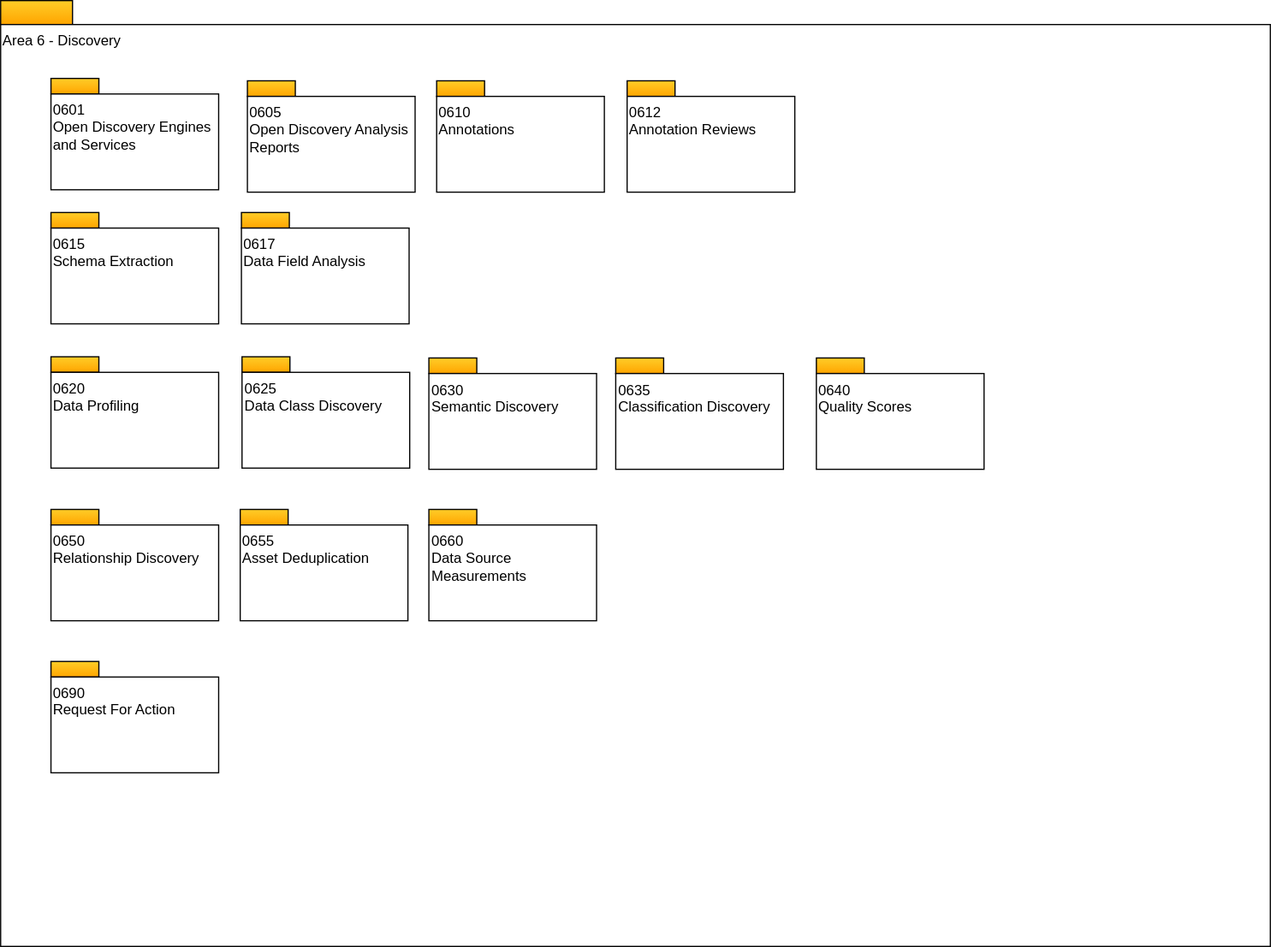
This is site/docs/types/6/area-6-discovery-overview.svg from odpi/egeria-docs, a draw.io export, as it was before one commit. Source tidied: cells renumbered, new cells last; positions are measured from the earlier drawing's top-left corner, leaving out a move shared by most shapes. Source of this version:
```xml
<mxGraphModel>
  <root>
    <mxCell id="0" />
    <mxCell id="1" parent="0" />
    <mxCell id="2" style="rounded=0;whiteSpace=wrap;html=1;align=left;fillColor=#ffcd28;strokeColor=#000000;gradientColor=#ffa500;" parent="1" vertex="1">
      <mxGeometry width="60" height="20" as="geometry" />
    </mxCell>
    <mxCell id="3" value="Area 6 - Discovery" style="rounded=0;whiteSpace=wrap;html=1;align=left;verticalAlign=top;" parent="1" vertex="1">
      <mxGeometry y="20" width="1060" height="770" as="geometry" />
    </mxCell>
    <mxCell id="4" style="rounded=0;whiteSpace=wrap;html=1;align=left;fillColor=#ffcd28;strokeColor=#000000;gradientColor=#ffa500;" parent="1" vertex="1">
      <mxGeometry x="42" y="65" width="40" height="13" as="geometry" />
    </mxCell>
    <mxCell id="5" value="0601&lt;br&gt;Open Discovery Engines and Services" style="rounded=0;whiteSpace=wrap;html=1;align=left;verticalAlign=top;" parent="1" vertex="1">
      <mxGeometry x="42" y="78" width="140" height="80" as="geometry" />
    </mxCell>
    <mxCell id="6" style="rounded=0;whiteSpace=wrap;html=1;align=left;fillColor=#ffcd28;strokeColor=#000000;gradientColor=#ffa500;" parent="1" vertex="1">
      <mxGeometry x="364" y="67" width="40" height="13" as="geometry" />
    </mxCell>
    <mxCell id="7" value="0610&lt;br&gt;Annotations" style="rounded=0;whiteSpace=wrap;html=1;align=left;verticalAlign=top;" parent="1" vertex="1">
      <mxGeometry x="364" y="80" width="140" height="80" as="geometry" />
    </mxCell>
    <mxCell id="8" style="rounded=0;whiteSpace=wrap;html=1;align=left;fillColor=#ffcd28;strokeColor=#000000;gradientColor=#ffa500;" parent="1" vertex="1">
      <mxGeometry x="523" y="67" width="40" height="13" as="geometry" />
    </mxCell>
    <mxCell id="9" value="0612&lt;br&gt;Annotation Reviews" style="rounded=0;whiteSpace=wrap;html=1;align=left;verticalAlign=top;" parent="1" vertex="1">
      <mxGeometry x="523" y="80" width="140" height="80" as="geometry" />
    </mxCell>
    <mxCell id="10" style="rounded=0;whiteSpace=wrap;html=1;align=left;fillColor=#ffcd28;strokeColor=#000000;gradientColor=#ffa500;" parent="1" vertex="1">
      <mxGeometry x="206" y="67" width="40" height="13" as="geometry" />
    </mxCell>
    <mxCell id="11" value="0605&lt;br&gt;Open Discovery Analysis Reports" style="rounded=0;whiteSpace=wrap;html=1;align=left;verticalAlign=top;" parent="1" vertex="1">
      <mxGeometry x="206" y="80" width="140" height="80" as="geometry" />
    </mxCell>
    <mxCell id="12" style="rounded=0;whiteSpace=wrap;html=1;align=left;fillColor=#ffcd28;strokeColor=#000000;gradientColor=#ffa500;" parent="1" vertex="1">
      <mxGeometry x="201" y="177" width="40" height="13" as="geometry" />
    </mxCell>
    <mxCell id="13" value="0617&lt;br&gt;Data Field Analysis" style="rounded=0;whiteSpace=wrap;html=1;align=left;verticalAlign=top;" parent="1" vertex="1">
      <mxGeometry x="201" y="190" width="140" height="80" as="geometry" />
    </mxCell>
    <mxCell id="14" style="rounded=0;whiteSpace=wrap;html=1;align=left;fillColor=#ffcd28;strokeColor=#000000;gradientColor=#ffa500;" parent="1" vertex="1">
      <mxGeometry x="42" y="297.5" width="40" height="13" as="geometry" />
    </mxCell>
    <mxCell id="15" value="0620&lt;br&gt;Data Profiling&lt;br&gt;" style="rounded=0;whiteSpace=wrap;html=1;align=left;verticalAlign=top;" parent="1" vertex="1">
      <mxGeometry x="42" y="310.5" width="140" height="80" as="geometry" />
    </mxCell>
    <mxCell id="16" style="rounded=0;whiteSpace=wrap;html=1;align=left;fillColor=#ffcd28;strokeColor=#000000;gradientColor=#ffa500;" parent="1" vertex="1">
      <mxGeometry x="201.5" y="297.5" width="40" height="13" as="geometry" />
    </mxCell>
    <mxCell id="17" value="0625&lt;br&gt;Data Class Discovery&lt;br&gt;" style="rounded=0;whiteSpace=wrap;html=1;align=left;verticalAlign=top;" parent="1" vertex="1">
      <mxGeometry x="201.5" y="310.5" width="140" height="80" as="geometry" />
    </mxCell>
    <mxCell id="18" style="rounded=0;whiteSpace=wrap;html=1;align=left;fillColor=#ffcd28;strokeColor=#000000;gradientColor=#ffa500;" parent="1" vertex="1">
      <mxGeometry x="357.5" y="298.5" width="40" height="13" as="geometry" />
    </mxCell>
    <mxCell id="19" value="0630&lt;br&gt;Semantic Discovery&lt;br&gt;" style="rounded=0;whiteSpace=wrap;html=1;align=left;verticalAlign=top;" parent="1" vertex="1">
      <mxGeometry x="357.5" y="311.5" width="140" height="80" as="geometry" />
    </mxCell>
    <mxCell id="20" style="rounded=0;whiteSpace=wrap;html=1;align=left;fillColor=#ffcd28;strokeColor=#000000;gradientColor=#ffa500;" parent="1" vertex="1">
      <mxGeometry x="513.5" y="298.5" width="40" height="13" as="geometry" />
    </mxCell>
    <mxCell id="21" value="0635&lt;br&gt;Classification Discovery&lt;br&gt;" style="rounded=0;whiteSpace=wrap;html=1;align=left;verticalAlign=top;" parent="1" vertex="1">
      <mxGeometry x="513.5" y="311.5" width="140" height="80" as="geometry" />
    </mxCell>
    <mxCell id="22" style="rounded=0;whiteSpace=wrap;html=1;align=left;fillColor=#ffcd28;strokeColor=#000000;gradientColor=#ffa500;" parent="1" vertex="1">
      <mxGeometry x="42" y="425" width="40" height="13" as="geometry" />
    </mxCell>
    <mxCell id="23" value="0650&lt;br&gt;Relationship Discovery&lt;br&gt;" style="rounded=0;whiteSpace=wrap;html=1;align=left;verticalAlign=top;" parent="1" vertex="1">
      <mxGeometry x="42" y="438" width="140" height="80" as="geometry" />
    </mxCell>
    <mxCell id="24" style="rounded=0;whiteSpace=wrap;html=1;align=left;fillColor=#ffcd28;strokeColor=#000000;gradientColor=#ffa500;" parent="1" vertex="1">
      <mxGeometry x="357.5" y="425" width="40" height="13" as="geometry" />
    </mxCell>
    <mxCell id="25" value="0660&lt;br&gt;Data Source Measurements&lt;br&gt;" style="rounded=0;whiteSpace=wrap;html=1;align=left;verticalAlign=top;" parent="1" vertex="1">
      <mxGeometry x="357.5" y="438" width="140" height="80" as="geometry" />
    </mxCell>
    <mxCell id="26" style="rounded=0;whiteSpace=wrap;html=1;align=left;fillColor=#ffcd28;strokeColor=#000000;gradientColor=#ffa500;" parent="1" vertex="1">
      <mxGeometry x="42" y="552" width="40" height="13" as="geometry" />
    </mxCell>
    <mxCell id="27" value="0690&lt;br&gt;Request For Action&lt;br&gt;" style="rounded=0;whiteSpace=wrap;html=1;align=left;verticalAlign=top;" parent="1" vertex="1">
      <mxGeometry x="42" y="565" width="140" height="80" as="geometry" />
    </mxCell>
    <mxCell id="28" style="rounded=0;whiteSpace=wrap;html=1;align=left;fillColor=#ffcd28;strokeColor=#000000;gradientColor=#ffa500;" parent="1" vertex="1">
      <mxGeometry x="681" y="298.5" width="40" height="13" as="geometry" />
    </mxCell>
    <mxCell id="29" value="0640&lt;br&gt;Quality Scores&lt;br&gt;" style="rounded=0;whiteSpace=wrap;html=1;align=left;verticalAlign=top;" parent="1" vertex="1">
      <mxGeometry x="681" y="311.5" width="140" height="80" as="geometry" />
    </mxCell>
    <mxCell id="30" style="rounded=0;whiteSpace=wrap;html=1;align=left;fillColor=#ffcd28;strokeColor=#000000;gradientColor=#ffa500;" parent="1" vertex="1">
      <mxGeometry x="42" y="177" width="40" height="13" as="geometry" />
    </mxCell>
    <mxCell id="31" value="0615&lt;br&gt;Schema Extraction" style="rounded=0;whiteSpace=wrap;html=1;align=left;verticalAlign=top;" parent="1" vertex="1">
      <mxGeometry x="42" y="190" width="140" height="80" as="geometry" />
    </mxCell>
    <mxCell id="32" style="rounded=0;whiteSpace=wrap;html=1;align=left;fillColor=#ffcd28;strokeColor=#000000;gradientColor=#ffa500;" parent="1" vertex="1">
      <mxGeometry x="200" y="425" width="40" height="13" as="geometry" />
    </mxCell>
    <mxCell id="33" value="0655&lt;br&gt;Asset Deduplication" style="rounded=0;whiteSpace=wrap;html=1;align=left;verticalAlign=top;" parent="1" vertex="1">
      <mxGeometry x="200" y="438" width="140" height="80" as="geometry" />
    </mxCell>
  </root>
</mxGraphModel>
```
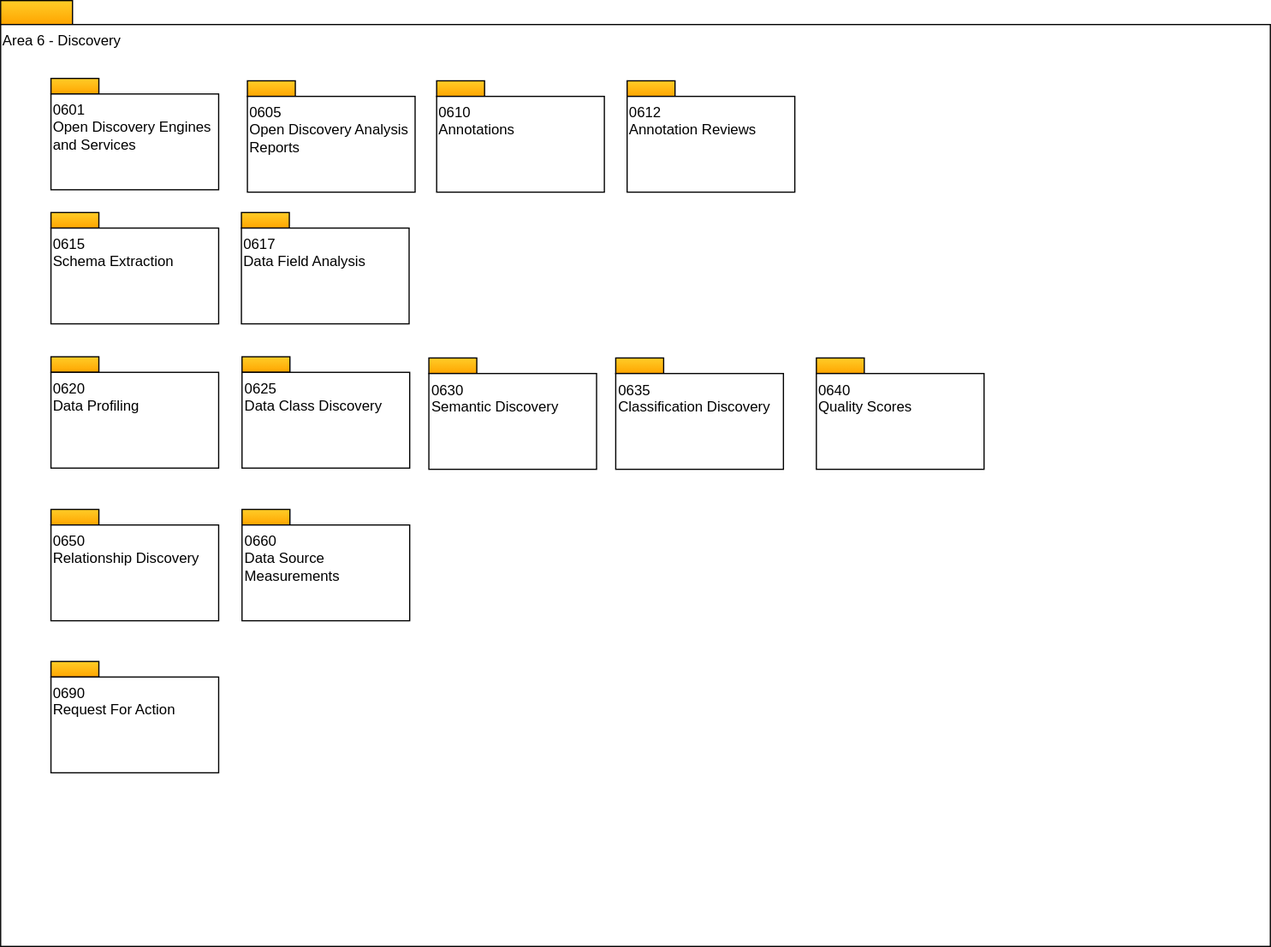
After the commit.

What changed in the source:
```diff
@@ -69,10 +69,10 @@
       <mxGeometry x="42" y="438" width="140" height="80" as="geometry" />
     </mxCell>
     <mxCell id="24" style="rounded=0;whiteSpace=wrap;html=1;align=left;fillColor=#ffcd28;strokeColor=#000000;gradientColor=#ffa500;" parent="1" vertex="1">
-      <mxGeometry x="357.5" y="425" width="40" height="13" as="geometry" />
+      <mxGeometry x="201.5" y="425" width="40" height="13" as="geometry" />
     </mxCell>
     <mxCell id="25" value="0660&lt;br&gt;Data Source Measurements&lt;br&gt;" style="rounded=0;whiteSpace=wrap;html=1;align=left;verticalAlign=top;" parent="1" vertex="1">
-      <mxGeometry x="357.5" y="438" width="140" height="80" as="geometry" />
+      <mxGeometry x="201.5" y="438" width="140" height="80" as="geometry" />
     </mxCell>
     <mxCell id="26" style="rounded=0;whiteSpace=wrap;html=1;align=left;fillColor=#ffcd28;strokeColor=#000000;gradientColor=#ffa500;" parent="1" vertex="1">
       <mxGeometry x="42" y="552" width="40" height="13" as="geometry" />
@@ -92,11 +92,5 @@
     <mxCell id="31" value="0615&lt;br&gt;Schema Extraction" style="rounded=0;whiteSpace=wrap;html=1;align=left;verticalAlign=top;" parent="1" vertex="1">
       <mxGeometry x="42" y="190" width="140" height="80" as="geometry" />
     </mxCell>
-    <mxCell id="32" style="rounded=0;whiteSpace=wrap;html=1;align=left;fillColor=#ffcd28;strokeColor=#000000;gradientColor=#ffa500;" parent="1" vertex="1">
-      <mxGeometry x="200" y="425" width="40" height="13" as="geometry" />
-    </mxCell>
-    <mxCell id="33" value="0655&lt;br&gt;Asset Deduplication" style="rounded=0;whiteSpace=wrap;html=1;align=left;verticalAlign=top;" parent="1" vertex="1">
-      <mxGeometry x="200" y="438" width="140" height="80" as="geometry" />
-    </mxCell>
   </root>
 </mxGraphModel>
```
